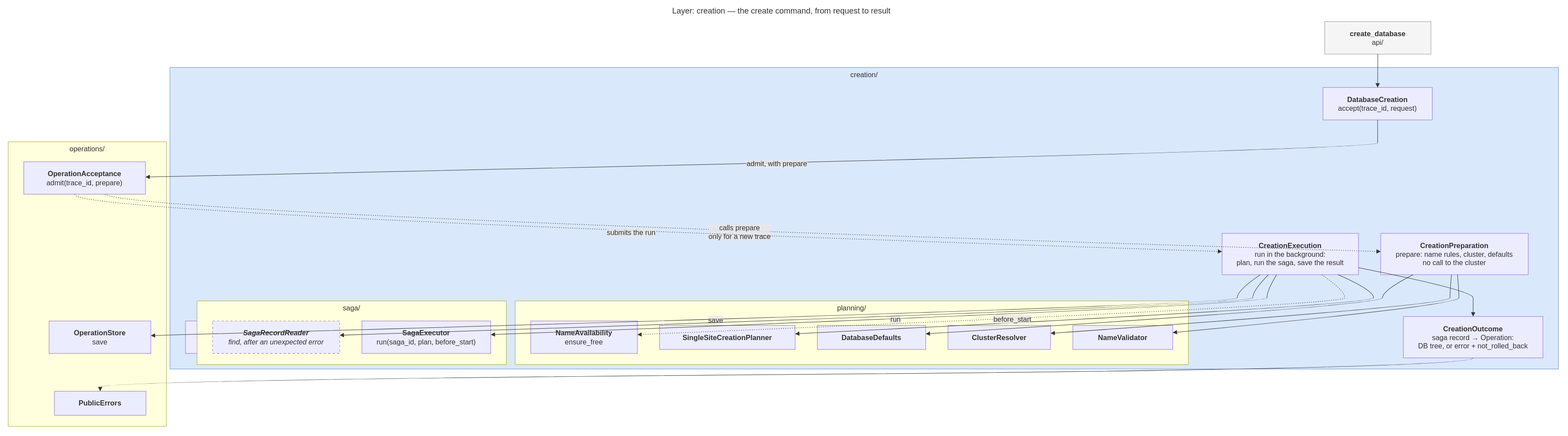
Before: docs/diagrams/04-layer-creation.drawio.svg, a diagram exported from draw.io (EliShteinman/redis-enterprise-services). Source tidied: cells renumbered, new cells last; positions are measured from the earlier drawing's top-left corner, leaving out a move shared by most shapes.
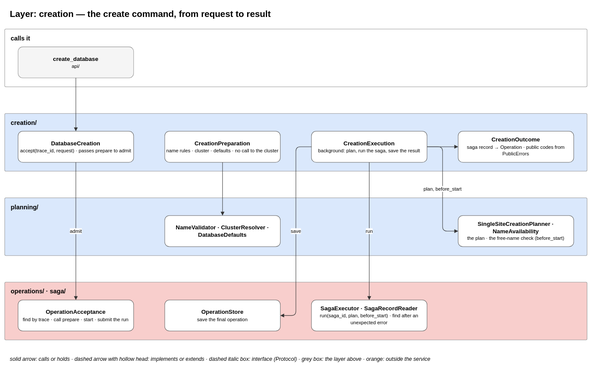
The same file after the commit.

Diff of the diagram source:
```diff
@@ -2,173 +2,74 @@
   <root>
     <mxCell id="0" />
     <mxCell id="1" parent="0" />
+    <mxCell id="36" value="&lt;b&gt;Layer: creation — the create command, from request to result&lt;/b&gt;" style="text;html=1;fontSize=20;align=left;verticalAlign=middle;" parent="1" vertex="1">
+      <mxGeometry x="20" y="15" width="1330" height="40" as="geometry" />
+    </mxCell>
+    <mxCell id="37" value="&lt;b&gt;calls it&lt;/b&gt;" style="rounded=1;arcSize=2;fillColor=#ffffff;strokeColor=#999999;verticalAlign=top;align=left;spacingLeft=12;spacingTop=6;html=1;fontSize=14;" parent="1" vertex="1">
+      <mxGeometry x="10" y="70" width="1310" height="130" as="geometry" />
+    </mxCell>
+    <mxCell id="22" value="&lt;b&gt;create_database&lt;/b&gt;&lt;br&gt;&lt;font style='font-size:11px'&gt;api/&lt;/font&gt;" style="rounded=1;whiteSpace=wrap;html=1;fillColor=#f5f5f5;strokeColor=#999999;fontSize=13;" parent="1" vertex="1">
+      <mxGeometry x="40" y="110" width="260" height="70" as="geometry" />
+    </mxCell>
-    <mxCell id="2" value="creation/" style="html=1;whiteSpace=wrap;strokeWidth=1;verticalAlign=top;fillColor=#dae8fc;strokeColor=#6c8ebf;fontColor=light-dark(#333333,#cccccc);fontFamily=Trebuchet MS,Verdana,Arial,sans-serif;fontSize=16;" parent="1" vertex="1">
-      <mxGeometry x="372" y="141" width="3125" height="678" as="geometry" />
+    <mxCell id="2" value="&lt;b&gt;creation/&lt;/b&gt;" style="rounded=1;arcSize=2;fillColor=#dae8fc;strokeColor=#999999;verticalAlign=top;align=left;spacingLeft=12;spacingTop=6;html=1;fontSize=14;" parent="1" vertex="1">
+      <mxGeometry x="10" y="260" width="1310" height="130" as="geometry" />
     </mxCell>
-    <mxCell id="3" value="&lt;b&gt;DatabaseCreation&lt;/b&gt;&#10;accept(trace_id, request)" style="html=1;whiteSpace=wrap;strokeWidth=1;fillColor=light-dark(#ECECFF,#1f2020);strokeColor=light-dark(#9370DB,#cccccc);fontColor=light-dark(#333333,#cccccc);fontFamily=Trebuchet MS,Verdana,Arial,sans-serif;fontSize=16;" parent="2" vertex="1">
-      <mxGeometry x="2595" y="45" width="246" height="73" as="geometry" />
-    </mxCell>
-    <mxCell id="4" value="&lt;b&gt;CreationPreparation&lt;/b&gt;&#10;prepare: name rules, cluster, defaults&#10;no call to the cluster" style="html=1;whiteSpace=wrap;strokeWidth=1;fillColor=light-dark(#ECECFF,#1f2020);strokeColor=light-dark(#9370DB,#cccccc);fontColor=light-dark(#333333,#cccccc);fontFamily=Trebuchet MS,Verdana,Arial,sans-serif;fontSize=16;" parent="2" vertex="1">
-      <mxGeometry x="2725" y="373" width="332" height="93" as="geometry" />
-    </mxCell>
-    <mxCell id="5" value="&lt;b&gt;CreationExecution&lt;/b&gt;&#10;run in the background:&#10;plan, run the saga, save the result" style="html=1;whiteSpace=wrap;strokeWidth=1;fillColor=light-dark(#ECECFF,#1f2020);strokeColor=light-dark(#9370DB,#cccccc);fontColor=light-dark(#333333,#cccccc);fontFamily=Trebuchet MS,Verdana,Arial,sans-serif;fontSize=16;" parent="2" vertex="1">
-      <mxGeometry x="2368" y="373" width="307" height="93" as="geometry" />
-    </mxCell>
-    <mxCell id="6" value="&lt;b&gt;CreationOutcome&lt;/b&gt;&#10;saga record → Operation:&#10;DB tree, or error + not_rolled_back" style="html=1;whiteSpace=wrap;strokeWidth=1;fillColor=light-dark(#ECECFF,#1f2020);strokeColor=light-dark(#9370DB,#cccccc);fontColor=light-dark(#333333,#cccccc);fontFamily=Trebuchet MS,Verdana,Arial,sans-serif;fontSize=16;" parent="2" vertex="1">
-      <mxGeometry x="2776" y="560" width="314" height="93" as="geometry" />
-    </mxCell>
-    <mxCell id="7" value="&lt;b&gt;CreationRequest · PreparedCreation&lt;/b&gt;&#10;request model, prepared request" style="html=1;whiteSpace=wrap;strokeWidth=1;fillColor=light-dark(#ECECFF,#1f2020);strokeColor=light-dark(#9370DB,#cccccc);fontColor=light-dark(#333333,#cccccc);fontFamily=Trebuchet MS,Verdana,Arial,sans-serif;fontSize=16;" parent="2" vertex="1">
-      <mxGeometry x="35" y="570" width="379" height="73" as="geometry" />
-    </mxCell>
-    <mxCell id="8" style="curved=1;startArrow=none;endArrow=block;endSize=7;strokeColor=light-dark(#333333,#cccccc);exitX=1;exitY=0.83;entryX=0.5;entryY=0;" parent="2" edge="1" source="5" target="6">
-      <mxGeometry relative="1" as="geometry">
-        <Array as="points">
-          <mxPoint x="2933" y="501" />
-          <mxPoint x="2933" y="535" />
-        </Array>
-      </mxGeometry>
-    </mxCell>
+    <mxCell id="38" value="&lt;b&gt;DatabaseCreation&lt;/b&gt;&lt;br&gt;&lt;font style='font-size:11px'&gt;accept(trace_id, request) · passes prepare to admit&lt;/font&gt;" style="rounded=1;whiteSpace=wrap;html=1;fillColor=#ffffff;strokeColor=#666666;fontSize=13;" parent="1" vertex="1">
+      <mxGeometry x="40" y="300" width="260" height="70" as="geometry" />
+    </mxCell>
+    <mxCell id="39" value="&lt;b&gt;CreationPreparation&lt;/b&gt;&lt;br&gt;&lt;font style='font-size:11px'&gt;name rules · cluster · defaults · no call to the cluster&lt;/font&gt;" style="rounded=1;whiteSpace=wrap;html=1;fillColor=#ffffff;strokeColor=#666666;fontSize=13;" parent="1" vertex="1">
+      <mxGeometry x="370" y="300" width="260" height="70" as="geometry" />
+    </mxCell>
+    <mxCell id="40" value="&lt;b&gt;CreationExecution&lt;/b&gt;&lt;br&gt;&lt;font style='font-size:11px'&gt;background: plan, run the saga, save the result&lt;/font&gt;" style="rounded=1;whiteSpace=wrap;html=1;fillColor=#ffffff;strokeColor=#666666;fontSize=13;" parent="1" vertex="1">
+      <mxGeometry x="700" y="300" width="260" height="70" as="geometry" />
+    </mxCell>
+    <mxCell id="41" value="&lt;b&gt;CreationOutcome&lt;/b&gt;&lt;br&gt;&lt;font style='font-size:11px'&gt;saga record → Operation · public codes from PublicErrors&lt;/font&gt;" style="rounded=1;whiteSpace=wrap;html=1;fillColor=#ffffff;strokeColor=#666666;fontSize=13;" parent="1" vertex="1">
+      <mxGeometry x="1030" y="300" width="260" height="70" as="geometry" />
+    </mxCell>
-    <mxCell id="9" value="planning/" style="html=1;whiteSpace=wrap;strokeWidth=1;verticalAlign=top;fillColor=light-dark(#ffffde,#1f2020);strokeColor=light-dark(#aaaa33,#cccccc);fontColor=light-dark(#333333,#cccccc);fontFamily=Trebuchet MS,Verdana,Arial,sans-serif;fontSize=16;" parent="1" vertex="1">
-      <mxGeometry x="1149" y="666" width="1515" height="143" as="geometry" />
+    <mxCell id="9" value="&lt;b&gt;planning/&lt;/b&gt;" style="rounded=1;arcSize=2;fillColor=#dae8fc;strokeColor=#999999;verticalAlign=top;align=left;spacingLeft=12;spacingTop=6;html=1;fontSize=14;" parent="1" vertex="1">
+      <mxGeometry x="10" y="450" width="1310" height="130" as="geometry" />
     </mxCell>
-    <mxCell id="10" value="&lt;b&gt;NameValidator&lt;/b&gt;" style="html=1;whiteSpace=wrap;strokeWidth=1;fillColor=light-dark(#ECECFF,#1f2020);strokeColor=light-dark(#9370DB,#cccccc);fontColor=light-dark(#333333,#cccccc);fontFamily=Trebuchet MS,Verdana,Arial,sans-serif;fontSize=16;" parent="9" vertex="1">
-      <mxGeometry x="1255" y="55" width="225" height="54" as="geometry" />
-    </mxCell>
-    <mxCell id="11" value="&lt;b&gt;ClusterResolver&lt;/b&gt;" style="html=1;whiteSpace=wrap;strokeWidth=1;fillColor=light-dark(#ECECFF,#1f2020);strokeColor=light-dark(#9370DB,#cccccc);fontColor=light-dark(#333333,#cccccc);fontFamily=Trebuchet MS,Verdana,Arial,sans-serif;fontSize=16;" parent="9" vertex="1">
-      <mxGeometry x="974" y="55" width="231" height="54" as="geometry" />
-    </mxCell>
-    <mxCell id="12" value="&lt;b&gt;DatabaseDefaults&lt;/b&gt;" style="html=1;whiteSpace=wrap;strokeWidth=1;fillColor=light-dark(#ECECFF,#1f2020);strokeColor=light-dark(#9370DB,#cccccc);fontColor=light-dark(#333333,#cccccc);fontFamily=Trebuchet MS,Verdana,Arial,sans-serif;fontSize=16;" parent="9" vertex="1">
-      <mxGeometry x="680" y="55" width="244" height="54" as="geometry" />
-    </mxCell>
-    <mxCell id="13" value="&lt;b&gt;SingleSiteCreationPlanner&lt;/b&gt;" style="html=1;whiteSpace=wrap;strokeWidth=1;fillColor=light-dark(#ECECFF,#1f2020);strokeColor=light-dark(#9370DB,#cccccc);fontColor=light-dark(#333333,#cccccc);fontFamily=Trebuchet MS,Verdana,Arial,sans-serif;fontSize=16;" parent="9" vertex="1">
-      <mxGeometry x="325" y="55" width="305" height="54" as="geometry" />
-    </mxCell>
-    <mxCell id="14" value="&lt;b&gt;NameAvailability&lt;/b&gt;&#10;ensure_free" style="html=1;whiteSpace=wrap;strokeWidth=1;fillColor=light-dark(#ECECFF,#1f2020);strokeColor=light-dark(#9370DB,#cccccc);fontColor=light-dark(#333333,#cccccc);fontFamily=Trebuchet MS,Verdana,Arial,sans-serif;fontSize=16;" parent="9" vertex="1">
-      <mxGeometry x="35" y="45" width="240" height="73" as="geometry" />
-    </mxCell>
-    <mxCell id="15" value="operations/" style="html=1;whiteSpace=wrap;strokeWidth=1;verticalAlign=top;fillColor=light-dark(#ffffde,#1f2020);strokeColor=light-dark(#aaaa33,#cccccc);fontColor=light-dark(#333333,#cccccc);fontFamily=Trebuchet MS,Verdana,Arial,sans-serif;fontSize=16;" parent="1" vertex="1">
-      <mxGeometry x="8" y="308" width="356" height="640" as="geometry" />
-    </mxCell>
-    <mxCell id="16" value="&lt;b&gt;OperationAcceptance&lt;/b&gt;&#10;admit(trace_id, prepare)" style="html=1;whiteSpace=wrap;strokeWidth=1;fillColor=light-dark(#ECECFF,#1f2020);strokeColor=light-dark(#9370DB,#cccccc);fontColor=light-dark(#333333,#cccccc);fontFamily=Trebuchet MS,Verdana,Arial,sans-serif;fontSize=16;" parent="15" vertex="1">
-      <mxGeometry x="35" y="45" width="274" height="73" as="geometry" />
-    </mxCell>
-    <mxCell id="17" value="&lt;b&gt;OperationStore&lt;/b&gt;&#10;save" style="html=1;whiteSpace=wrap;strokeWidth=1;fillColor=light-dark(#ECECFF,#1f2020);strokeColor=light-dark(#9370DB,#cccccc);fontColor=light-dark(#333333,#cccccc);fontFamily=Trebuchet MS,Verdana,Arial,sans-serif;fontSize=16;" parent="15" vertex="1">
-      <mxGeometry x="92" y="403" width="229" height="73" as="geometry" />
-    </mxCell>
-    <mxCell id="18" value="&lt;b&gt;PublicErrors&lt;/b&gt;" style="html=1;whiteSpace=wrap;strokeWidth=1;fillColor=light-dark(#ECECFF,#1f2020);strokeColor=light-dark(#9370DB,#cccccc);fontColor=light-dark(#333333,#cccccc);fontFamily=Trebuchet MS,Verdana,Arial,sans-serif;fontSize=16;" parent="15" vertex="1">
-      <mxGeometry x="104" y="561" width="206" height="54" as="geometry" />
-    </mxCell>
-    <mxCell id="19" value="saga/" style="html=1;whiteSpace=wrap;strokeWidth=1;verticalAlign=top;fillColor=light-dark(#ffffde,#1f2020);strokeColor=light-dark(#aaaa33,#cccccc);fontColor=light-dark(#333333,#cccccc);fontFamily=Trebuchet MS,Verdana,Arial,sans-serif;fontSize=16;" parent="1" vertex="1">
-      <mxGeometry x="433" y="666" width="696" height="143" as="geometry" />
-    </mxCell>
-    <mxCell id="20" value="&lt;b&gt;SagaExecutor&lt;/b&gt;&#10;run(saga_id, plan, before_start)" style="html=1;whiteSpace=wrap;strokeWidth=1;fillColor=light-dark(#ECECFF,#1f2020);strokeColor=light-dark(#9370DB,#cccccc);fontColor=light-dark(#333333,#cccccc);fontFamily=Trebuchet MS,Verdana,Arial,sans-serif;fontSize=16;" parent="19" vertex="1">
-      <mxGeometry x="371" y="45" width="290" height="73" as="geometry" />
-    </mxCell>
-    <mxCell id="21" value="&lt;b&gt;SagaRecordReader&lt;/b&gt;&#10;find, after an unexpected error" style="html=1;whiteSpace=wrap;strokeWidth=1;fillColor=light-dark(#ECECFF,#1f2020);strokeColor=light-dark(#9370DB,#cccccc);fontColor=light-dark(#333333,#cccccc);fontFamily=Trebuchet MS,Verdana,Arial,sans-serif;fontSize=16;dashed=1;dashPattern=5 5;fixDash=1;fontStyle=2;" parent="19" vertex="1">
-      <mxGeometry x="35" y="45" width="286" height="73" as="geometry" />
-    </mxCell>
-    <mxCell id="22" value="&lt;b&gt;create_database&lt;/b&gt;&#10;api/" style="html=1;whiteSpace=wrap;strokeWidth=1;fillColor=#f5f5f5;strokeColor=#999;fontColor=light-dark(#333333,#cccccc);fontFamily=Trebuchet MS,Verdana,Arial,sans-serif;fontSize=16;" parent="1" vertex="1">
-      <mxGeometry x="2971" y="38" width="239" height="73" as="geometry" />
-    </mxCell>
-    <mxCell id="23" style="curved=1;startArrow=none;endArrow=block;endSize=7;strokeColor=light-dark(#333333,#cccccc);exitX=0.5;exitY=1;entryX=0.5;entryY=0;" parent="1" edge="1" source="22" target="3">
-      <mxGeometry relative="1" as="geometry" />
-    </mxCell>
-    <mxCell id="24" value="admit, with prepare" style="curved=1;startArrow=none;endArrow=block;endSize=7;strokeColor=light-dark(#333333,#cccccc);html=1;fontSize=16;labelBackgroundColor=light-dark(#E8E8E88D,#2a2a2a8D);fontFamily=Trebuchet MS,Verdana,Arial,sans-serif;fontColor=light-dark(#333333,#cccccc);exitX=0.5;exitY=1;entryX=1;entryY=0.47;" parent="1" edge="1" source="3" target="16">
-      <mxGeometry relative="1" as="geometry">
-        <Array as="points">
-          <mxPoint x="3090" y="294" />
-          <mxPoint x="3090" y="328" />
-        </Array>
-      </mxGeometry>
-    </mxCell>
-    <mxCell id="25" value="calls prepare&#10;only for a new trace" style="curved=1;dashed=1;dashPattern=2 3;fixDash=1;startArrow=none;endArrow=block;endSize=7;strokeColor=light-dark(#333333,#cccccc);html=1;fontSize=16;labelBackgroundColor=light-dark(#E8E8E88D,#2a2a2a8D);fontFamily=Trebuchet MS,Verdana,Arial,sans-serif;fontColor=light-dark(#333333,#cccccc);exitX=0.67;exitY=1;entryX=0;entryY=0.44;" parent="1" edge="1" source="16" target="4">
-      <mxGeometry relative="1" as="geometry">
-        <Array as="points">
-          <mxPoint x="281" y="470" />
-        </Array>
-      </mxGeometry>
-    </mxCell>
-    <mxCell id="26" value="submits the run" style="curved=1;dashed=1;dashPattern=2 3;fixDash=1;startArrow=none;endArrow=block;endSize=7;strokeColor=light-dark(#333333,#cccccc);html=1;fontSize=16;labelBackgroundColor=light-dark(#E8E8E88D,#2a2a2a8D);fontFamily=Trebuchet MS,Verdana,Arial,sans-serif;fontColor=light-dark(#333333,#cccccc);exitX=0.42;exitY=1;entryX=0;entryY=0.44;" parent="1" edge="1" source="16" target="5">
-      <mxGeometry relative="1" as="geometry">
-        <Array as="points">
-          <mxPoint x="132" y="470" />
-        </Array>
-      </mxGeometry>
-    </mxCell>
-    <mxCell id="27" style="curved=1;startArrow=none;endArrow=block;endSize=7;strokeColor=light-dark(#333333,#cccccc);exitX=0.52;exitY=1;entryX=1;entryY=0.3;" parent="1" edge="1" source="4" target="10">
-      <mxGeometry relative="1" as="geometry">
-        <Array as="points">
-          <mxPoint x="3273" y="642" />
-          <mxPoint x="3273" y="676" />
-        </Array>
-      </mxGeometry>
-    </mxCell>
-    <mxCell id="28" style="curved=1;startArrow=none;endArrow=block;endSize=7;strokeColor=light-dark(#333333,#cccccc);exitX=0.48;exitY=1;entryX=1;entryY=0.33;" parent="1" edge="1" source="4" target="11">
-      <mxGeometry relative="1" as="geometry">
-        <Array as="points">
-          <mxPoint x="3253" y="642" />
-          <mxPoint x="3253" y="676" />
-        </Array>
-      </mxGeometry>
-    </mxCell>
-    <mxCell id="29" style="curved=1;startArrow=none;endArrow=block;endSize=7;strokeColor=light-dark(#333333,#cccccc);exitX=0.22;exitY=1;entryX=1;entryY=0.35;" parent="1" edge="1" source="4" target="12">
-      <mxGeometry relative="1" as="geometry">
-        <Array as="points">
-          <mxPoint x="3101" y="642" />
-          <mxPoint x="3101" y="676" />
-        </Array>
-      </mxGeometry>
-    </mxCell>
-    <mxCell id="30" style="curved=1;startArrow=none;endArrow=block;endSize=7;strokeColor=light-dark(#333333,#cccccc);exitX=0.85;exitY=1;entryX=1;entryY=0.35;" parent="1" edge="1" source="5" target="13">
-      <mxGeometry relative="1" as="geometry">
-        <Array as="points">
-          <mxPoint x="3081" y="642" />
-          <mxPoint x="3081" y="676" />
-        </Array>
-      </mxGeometry>
-    </mxCell>
+    <mxCell id="42" value="&lt;b&gt;NameValidator · ClusterResolver · DatabaseDefaults&lt;/b&gt;" style="rounded=1;whiteSpace=wrap;html=1;fillColor=#ffffff;strokeColor=#666666;fontSize=13;" parent="1" vertex="1">
+      <mxGeometry x="370" y="490" width="260" height="70" as="geometry" />
+    </mxCell>
+    <mxCell id="43" value="&lt;b&gt;SingleSiteCreationPlanner · NameAvailability&lt;/b&gt;&lt;br&gt;&lt;font style='font-size:11px'&gt;the plan · the free-name check (before_start)&lt;/font&gt;" style="rounded=1;whiteSpace=wrap;html=1;fillColor=#ffffff;strokeColor=#666666;fontSize=13;" parent="1" vertex="1">
+      <mxGeometry x="1030" y="490" width="260" height="70" as="geometry" />
+    </mxCell>
+    <mxCell id="44" value="&lt;b&gt;operations/ · saga/&lt;/b&gt;" style="rounded=1;arcSize=2;fillColor=#f8cecc;strokeColor=#999999;verticalAlign=top;align=left;spacingLeft=12;spacingTop=6;html=1;fontSize=14;" parent="1" vertex="1">
+      <mxGeometry x="10" y="640" width="1310" height="130" as="geometry" />
+    </mxCell>
+    <mxCell id="45" value="&lt;b&gt;OperationAcceptance&lt;/b&gt;&lt;br&gt;&lt;font style='font-size:11px'&gt;find by trace · call prepare · start · submit the run&lt;/font&gt;" style="rounded=1;whiteSpace=wrap;html=1;fillColor=#ffffff;strokeColor=#666666;fontSize=13;" parent="1" vertex="1">
+      <mxGeometry x="40" y="680" width="260" height="70" as="geometry" />
+    </mxCell>
+    <mxCell id="46" value="&lt;b&gt;OperationStore&lt;/b&gt;&lt;br&gt;&lt;font style='font-size:11px'&gt;save the final operation&lt;/font&gt;" style="rounded=1;whiteSpace=wrap;html=1;fillColor=#ffffff;strokeColor=#666666;fontSize=13;" parent="1" vertex="1">
+      <mxGeometry x="370" y="680" width="260" height="70" as="geometry" />
+    </mxCell>
+    <mxCell id="47" value="&lt;b&gt;SagaExecutor · SagaRecordReader&lt;/b&gt;&lt;br&gt;&lt;font style='font-size:11px'&gt;run(saga_id, plan, before_start) · find after an unexpected error&lt;/font&gt;" style="rounded=1;whiteSpace=wrap;html=1;fillColor=#ffffff;strokeColor=#666666;fontSize=13;" parent="1" vertex="1">
+      <mxGeometry x="700" y="680" width="260" height="70" as="geometry" />
+    </mxCell>
+    <mxCell id="48" style="edgeStyle=orthogonalEdgeStyle;rounded=1;html=1;fontSize=11;labelBackgroundColor=#ffffff;exitX=0.5;exitY=1;entryX=0.5;entryY=0;endArrow=block;strokeColor=#333333;" parent="1" edge="1" source="22" target="38">
+      <mxGeometry relative="1" as="geometry" />
+    </mxCell>
+    <mxCell id="49" value="admit" style="edgeStyle=orthogonalEdgeStyle;rounded=1;html=1;fontSize=11;labelBackgroundColor=#ffffff;exitX=0.5;exitY=1;entryX=0.5;entryY=0;endArrow=block;strokeColor=#333333;" parent="1" edge="1" source="38" target="45">
+      <mxGeometry relative="1" as="geometry" />
+    </mxCell>
+    <mxCell id="50" style="edgeStyle=orthogonalEdgeStyle;rounded=1;html=1;fontSize=11;labelBackgroundColor=#ffffff;exitX=0.5;exitY=1;entryX=0.5;entryY=0;endArrow=block;strokeColor=#333333;" parent="1" edge="1" source="39" target="42">
+      <mxGeometry relative="1" as="geometry" />
+    </mxCell>
+    <mxCell id="51" value="plan, before_start" style="edgeStyle=orthogonalEdgeStyle;rounded=1;html=1;fontSize=11;labelBackgroundColor=#ffffff;exitX=1;exitY=0.5;entryX=0;entryY=0.5;endArrow=block;strokeColor=#333333;" parent="1" edge="1" source="40" target="43">
+      <mxGeometry relative="1" as="geometry" />
+    </mxCell>
-    <mxCell id="31" value="run" style="curved=1;startArrow=none;endArrow=block;endSize=7;strokeColor=light-dark(#333333,#cccccc);html=1;fontSize=16;labelBackgroundColor=light-dark(#E8E8E88D,#2a2a2a8D);fontFamily=Trebuchet MS,Verdana,Arial,sans-serif;fontColor=light-dark(#333333,#cccccc);exitX=0.4;exitY=1;entryX=1;entryY=0.42;" parent="1" edge="1" source="5" target="20">
-      <mxGeometry relative="1" as="geometry">
-        <Array as="points">
-          <mxPoint x="2841" y="642" />
-          <mxPoint x="2841" y="676" />
-        </Array>
-      </mxGeometry>
+    <mxCell id="31" value="run" style="edgeStyle=orthogonalEdgeStyle;rounded=1;html=1;fontSize=11;labelBackgroundColor=#ffffff;exitX=0.5;exitY=1;entryX=0.5;entryY=0;endArrow=block;strokeColor=#333333;" parent="1" edge="1" source="40" target="47">
+      <mxGeometry relative="1" as="geometry" />
     </mxCell>
-    <mxCell id="32" value="before_start" style="curved=1;dashed=1;dashPattern=2 3;fixDash=1;startArrow=none;endArrow=block;endSize=7;strokeColor=light-dark(#333333,#cccccc);html=1;fontSize=16;labelBackgroundColor=light-dark(#E8E8E88D,#2a2a2a8D);fontFamily=Trebuchet MS,Verdana,Arial,sans-serif;fontColor=light-dark(#333333,#cccccc);exitX=0.73;exitY=1;entryX=1;entryY=0.42;" parent="1" edge="1" source="5" target="14">
-      <mxGeometry relative="1" as="geometry">
-        <Array as="points">
-          <mxPoint x="3016" y="642" />
-          <mxPoint x="3016" y="676" />
-        </Array>
-      </mxGeometry>
-    </mxCell>
-    <mxCell id="33" value="save" style="curved=1;startArrow=none;endArrow=block;endSize=7;strokeColor=light-dark(#333333,#cccccc);html=1;fontSize=16;labelBackgroundColor=light-dark(#E8E8E88D,#2a2a2a8D);fontFamily=Trebuchet MS,Verdana,Arial,sans-serif;fontColor=light-dark(#333333,#cccccc);exitX=0.28;exitY=1;entryX=1;entryY=0.45;" parent="1" edge="1" source="5" target="17">
-      <mxGeometry relative="1" as="geometry">
-        <Array as="points">
-          <mxPoint x="2774" y="642" />
-          <mxPoint x="2774" y="676" />
-        </Array>
-      </mxGeometry>
+    <mxCell id="33" value="save" style="edgeStyle=orthogonalEdgeStyle;rounded=1;html=1;fontSize=11;labelBackgroundColor=#ffffff;exitX=0;exitY=0.5;entryX=1;entryY=0.5;endArrow=block;strokeColor=#333333;" parent="1" edge="1" source="40" target="46">
+      <mxGeometry relative="1" as="geometry" />
     </mxCell>
-    <mxCell id="34" style="curved=1;startArrow=none;endArrow=block;endSize=7;strokeColor=light-dark(#333333,#cccccc);exitX=0.34;exitY=1;entryX=1;entryY=0.44;" parent="1" edge="1" source="5" target="21">
-      <mxGeometry relative="1" as="geometry">
-        <Array as="points">
-          <mxPoint x="2809" y="642" />
-          <mxPoint x="2809" y="676" />
-        </Array>
-      </mxGeometry>
-    </mxCell>
-    <mxCell id="35" style="curved=1;startArrow=none;endArrow=block;endSize=7;strokeColor=light-dark(#333333,#cccccc);exitX=0.5;exitY=1;entryX=0.5;entryY=0;" parent="1" edge="1" source="6" target="18">
-      <mxGeometry relative="1" as="geometry">
-        <Array as="points">
-          <mxPoint x="3305" y="819" />
-          <mxPoint x="215" y="844" />
-        </Array>
-      </mxGeometry>
-    </mxCell>
-    <mxCell id="36" value="Layer: creation — the create command, from request to result" style="text;strokeColor=none;fillColor=none;align=center;verticalAlign=middle;fontSize=18;fontColor=light-dark(#333333,#cccccc);fontFamily=trebuchet ms,verdana,arial,sans-serif;" parent="1" vertex="1">
-      <mxGeometry width="3497" height="25" as="geometry" />
-    </mxCell>
+    <mxCell id="52" style="edgeStyle=orthogonalEdgeStyle;rounded=1;html=1;fontSize=11;labelBackgroundColor=#ffffff;exitX=1;exitY=0.5;entryX=0;entryY=0.5;endArrow=block;strokeColor=#333333;" parent="1" edge="1" source="40" target="41">
+      <mxGeometry relative="1" as="geometry" />
+    </mxCell>
+    <mxCell id="53" value="&lt;i&gt;solid arrow: calls or holds · dashed arrow with hollow head: implements or extends · dashed italic box: interface (Protocol) · grey box: the layer above · orange: outside the service&lt;/i&gt;" style="text;html=1;fontSize=12;align=left;" parent="1" vertex="1">
+      <mxGeometry x="20" y="800" width="1330" height="24" as="geometry" />
+    </mxCell>
   </root>
 </mxGraphModel>
```
